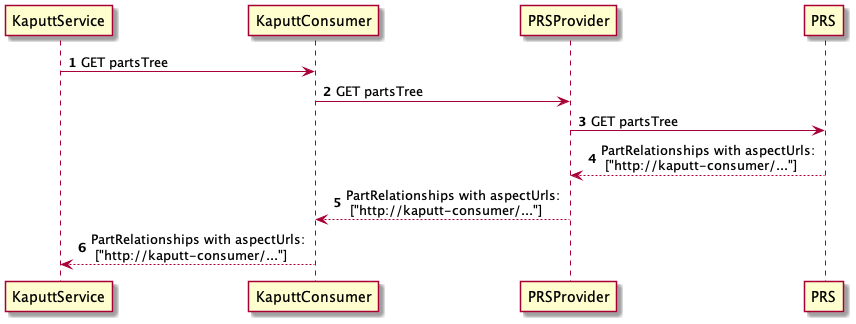
Earlier version of the PlantUML export documentation/architecture/diagrams/speedboat-get-aspect-url-sequence-diagram.png (catenax/tractusx).
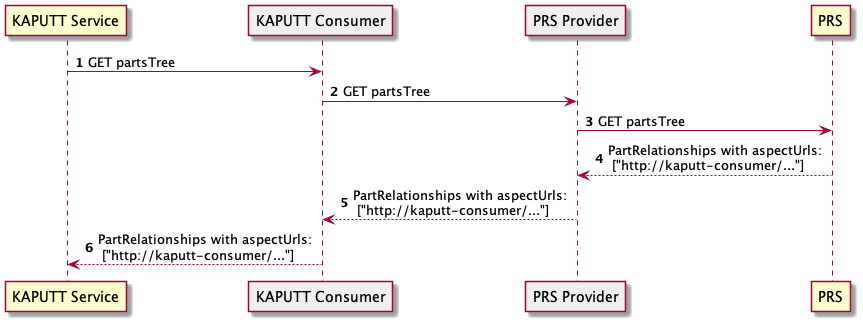
After the commit.

Change to the diagram source:
```diff
@@ -1,6 +1,10 @@
 @startuml
 
 autonumber
+
+participant "KAPUTT Service" as KaputtService
+participant "KAPUTT Consumer" as KaputtConsumer #efefef
+participant "PRS Provider" as PRSProvider  #efefef
 
 KaputtService -> KaputtConsumer: GET partsTree
 KaputtConsumer -> PRSProvider: GET partsTree
```
